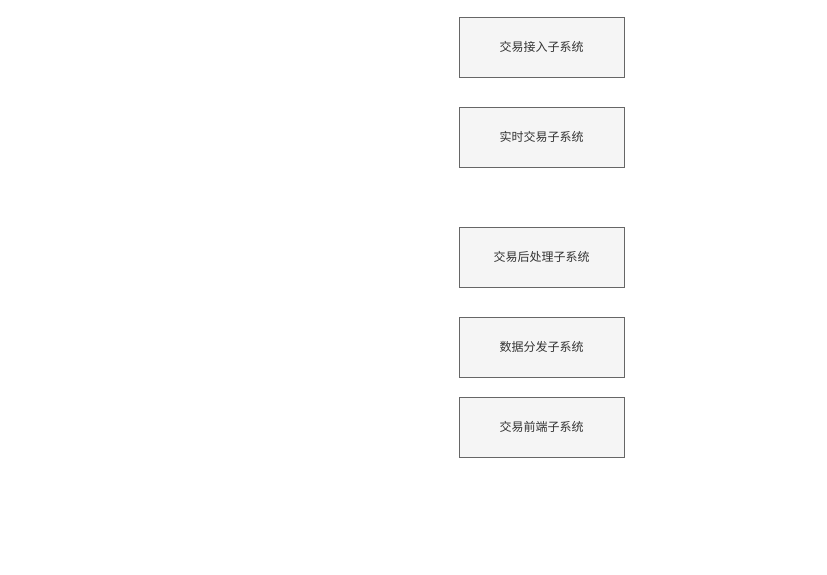
Before: page "Param Center-2" (8 of 8) of 交易系统升级流图 (2).drawio in gotrade/gotrade, a draw.io diagram. Source tidied: cells renumbered, new cells numbered last; positions are measured from the earlier drawing's top-left corner, leaving out a move shared by most shapes. Both pictures are drawn from the tidied source at 100%, with x=0, y=0 at pixel (459, 17).
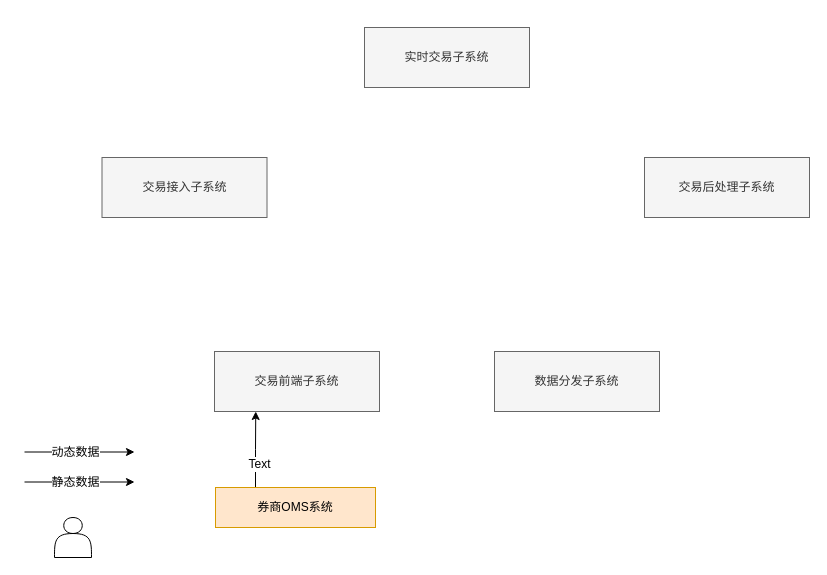
After the change.

Commit message:
Update 交易系统升级流图 (2).drawio

What changed in the source:
```diff
@@
 <mxGraphModel>
   <root>
     <mxCell id="0" />
     <mxCell id="1" parent="0" />
     <mxCell id="2" value="实时交易子系统" style="rounded=0;whiteSpace=wrap;html=1;align=center;fillColor=#f5f5f5;strokeColor=#666666;fontColor=#333333;" parent="1" vertex="1">
-      <mxGeometry y="90" width="165" height="60" as="geometry" />
+      <mxGeometry x="-95" y="10" width="165" height="60" as="geometry" />
     </mxCell>
     <mxCell id="3" value="交易接入子系统" style="rounded=0;whiteSpace=wrap;html=1;align=center;fillColor=#f5f5f5;strokeColor=#666666;fontColor=#333333;" parent="1" vertex="1">
-      <mxGeometry width="165" height="60" as="geometry" />
+      <mxGeometry x="-357.5" y="140" width="165" height="60" as="geometry" />
     </mxCell>
     <mxCell id="4" value="交易后处理子系统" style="rounded=0;whiteSpace=wrap;html=1;align=center;fillColor=#f5f5f5;strokeColor=#666666;fontColor=#333333;" parent="1" vertex="1">
-      <mxGeometry y="210" width="165" height="60" as="geometry" />
+      <mxGeometry x="185" y="140" width="165" height="60" as="geometry" />
     </mxCell>
     <mxCell id="5" value="数据分发子系统" style="rounded=0;whiteSpace=wrap;html=1;align=center;fillColor=#f5f5f5;strokeColor=#666666;fontColor=#333333;" parent="1" vertex="1">
-      <mxGeometry y="300" width="165" height="60" as="geometry" />
+      <mxGeometry x="35" y="334" width="165" height="60" as="geometry" />
     </mxCell>
     <mxCell id="6" value="交易前端子系统" style="rounded=0;whiteSpace=wrap;html=1;align=center;fillColor=#f5f5f5;strokeColor=#666666;fontColor=#333333;" parent="1" vertex="1">
-      <mxGeometry y="380" width="165" height="60" as="geometry" />
+      <mxGeometry x="-245" y="334" width="165" height="60" as="geometry" />
     </mxCell>
+    <mxCell id="7" style="endArrow=classic;html=1;" parent="1" edge="1">
+      <mxGeometry relative="1" as="geometry">
+        <mxPoint x="-435" y="434.5" as="sourcePoint" />
+        <mxPoint x="-325" y="434.5" as="targetPoint" />
+      </mxGeometry>
+    </mxCell>
+    <mxCell id="8" value="动态数据" style="text;html=1;align=center;verticalAlign=middle;labelBackgroundColor=#ffffff;" parent="7" vertex="1">
+      <mxGeometry x="0.29" y="1" relative="1" as="geometry">
+        <mxPoint x="-21" y="1" as="offset" />
+      </mxGeometry>
+    </mxCell>
+    <mxCell id="9" style="endArrow=classic;html=1;" parent="1" edge="1">
+      <mxGeometry relative="1" as="geometry">
+        <mxPoint x="-435" y="464.5" as="sourcePoint" />
+        <mxPoint x="-325" y="464.5" as="targetPoint" />
+      </mxGeometry>
+    </mxCell>
+    <mxCell id="10" value="静态数据" style="text;html=1;align=center;verticalAlign=middle;labelBackgroundColor=#ffffff;" parent="9" vertex="1">
+      <mxGeometry x="0.29" y="1" relative="1" as="geometry">
+        <mxPoint x="-21" y="1" as="offset" />
+      </mxGeometry>
+    </mxCell>
+    <mxCell id="11" style="shape=actor;whiteSpace=wrap;html=1;align=center;" parent="1" vertex="1">
+      <mxGeometry x="-405" y="500" width="37" height="40" as="geometry" />
+    </mxCell>
+    <mxCell id="12" style="edgeStyle=orthogonalEdgeStyle;rounded=0;jettySize=auto;html=1;exitX=0.25;exitY=0;exitDx=0;exitDy=0;entryX=0.25;entryY=1;entryDx=0;entryDy=0;" parent="1" edge="1" source="14" target="6">
+      <mxGeometry relative="1" as="geometry" />
+    </mxCell>
+    <mxCell id="13" value="Text" style="text;html=1;align=center;verticalAlign=middle;labelBackgroundColor=#ffffff;" parent="12" vertex="1">
+      <mxGeometry x="-0.37" y="-3" relative="1" as="geometry" />
+    </mxCell>
+    <mxCell id="14" value="券商OMS系统" style="rounded=0;whiteSpace=wrap;html=1;align=center;fillColor=#ffe6cc;strokeColor=#d79b00;" parent="1" vertex="1">
+      <mxGeometry x="-244" y="470" width="160" height="40" as="geometry" />
+    </mxCell>
   </root>
 </mxGraphModel>
```
